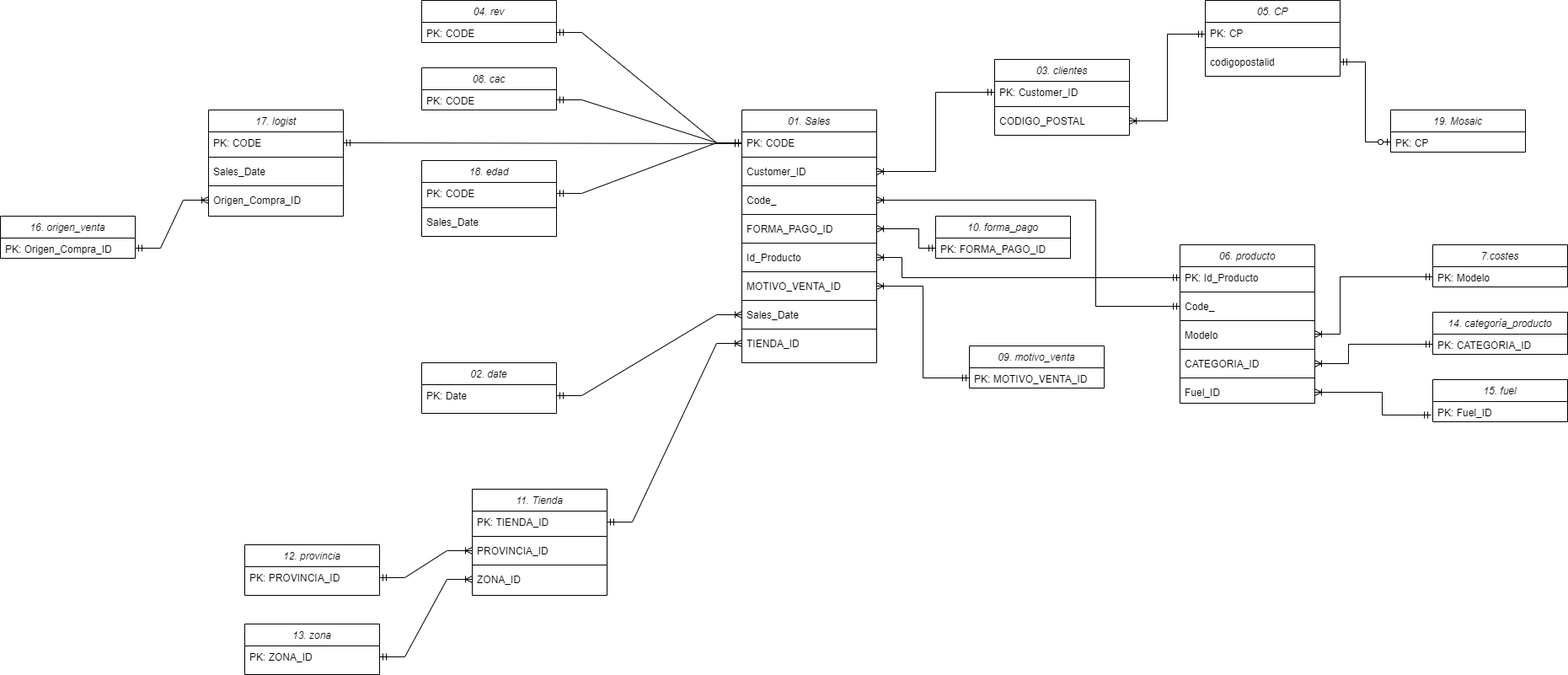
Before: docs/diagrams/ER.png, a diagram exported from draw.io (alejandromtnz/CLTV-Data-Integration). Source tidied: cells renumbered, new cells last; positions are measured from the earlier drawing's top-left corner, leaving out a move shared by most shapes.
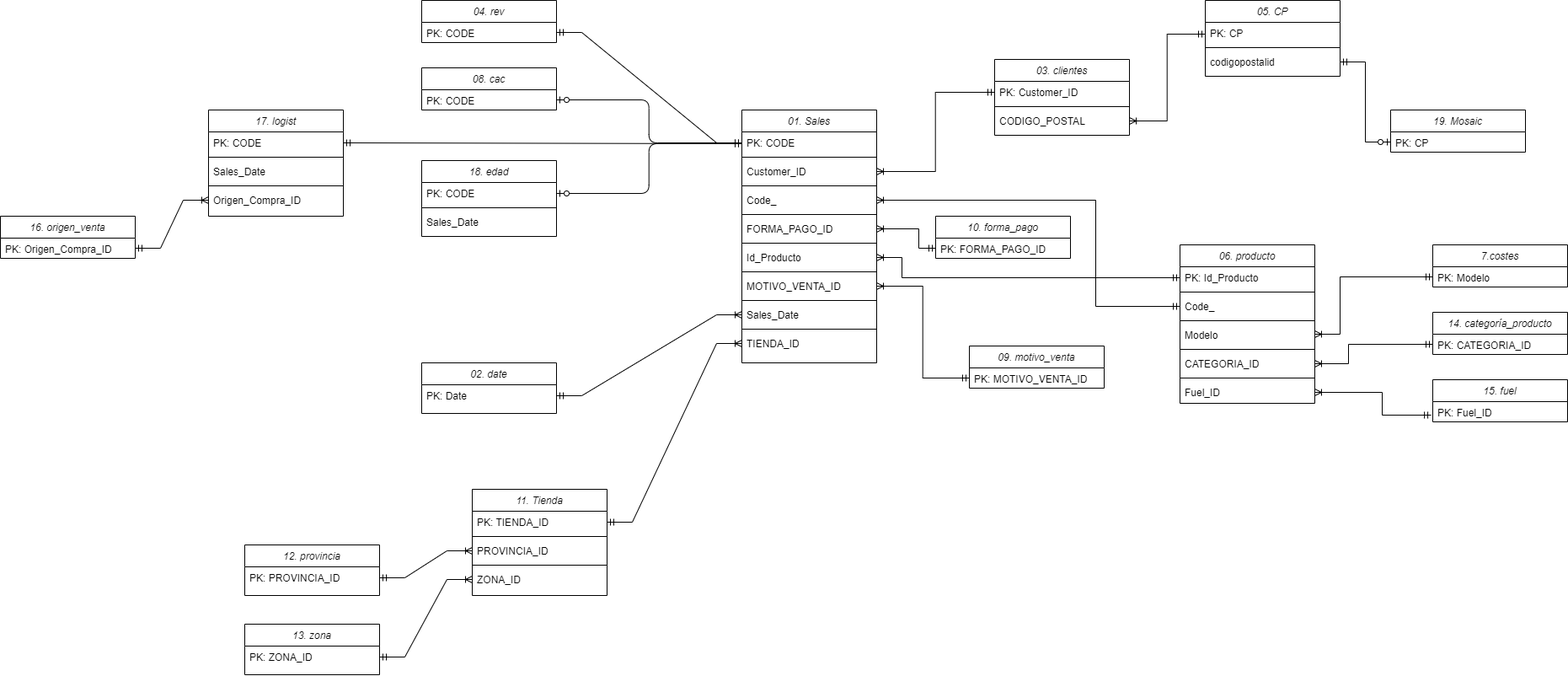
After the change.

Change to the diagram source:
```diff
@@ -2,6 +2,9 @@
   <root>
     <mxCell id="0" />
     <mxCell id="1" parent="0" />
+    <mxCell id="95" style="edgeStyle=elbowEdgeStyle;fontSize=12;html=1;endArrow=ERzeroToOne;startArrow=ERmandOne;entryX=1;entryY=0.5;entryDx=0;entryDy=0;exitX=0;exitY=0.5;exitDx=0;exitDy=0;" parent="1" edge="1" source="3" target="39">
+      <mxGeometry relative="1" as="geometry" />
+    </mxCell>
     <mxCell id="2" value="01. Sales" style="swimlane;fontStyle=2;align=center;verticalAlign=top;horizontal=1;startSize=26;rounded=0;shadow=0;strokeWidth=1;" parent="1" vertex="1">
       <mxGeometry x="880" y="130" width="160" height="300" as="geometry" />
     </mxCell>
@@ -71,9 +74,6 @@
     <mxCell id="24" value="Sales_Date" style="text;align=left;verticalAlign=top;spacingLeft=4;spacingRight=4;overflow=hidden;" parent="21" vertex="1">
       <mxGeometry y="60" width="160" height="26" as="geometry" />
     </mxCell>
-    <mxCell id="25" style="edgeStyle=entityRelationEdgeStyle;fontSize=12;html=1;endArrow=ERmandOne;startArrow=ERmandOne;rounded=0;exitX=1;exitY=0.5;exitDx=0;exitDy=0;entryX=0;entryY=0.5;entryDx=0;entryDy=0;" parent="1" edge="1" source="22" target="3">
-      <mxGeometry relative="1" as="geometry" />
-    </mxCell>
     <mxCell id="26" value="03. clientes" style="swimlane;fontStyle=2;align=center;verticalAlign=top;horizontal=1;startSize=26;rounded=0;shadow=0;strokeWidth=1;" parent="1" vertex="1">
       <mxGeometry x="1180" y="70" width="160" height="90" as="geometry" />
     </mxCell>
@@ -118,9 +118,6 @@
     <mxCell id="39" value="PK: CODE" style="text;align=left;verticalAlign=top;spacingLeft=4;spacingRight=4;overflow=hidden;points=[[0,0.5],[1,0.5]];portConstraint=eastwest;" parent="38" vertex="1">
       <mxGeometry y="26" width="160" height="24" as="geometry" />
     </mxCell>
-    <mxCell id="40" style="edgeStyle=entityRelationEdgeStyle;fontSize=12;html=1;endArrow=ERmandOne;startArrow=ERmandOne;rounded=0;exitX=1;exitY=0.5;exitDx=0;exitDy=0;entryX=0;entryY=0.5;entryDx=0;entryDy=0;" parent="1" edge="1" source="39" target="3">
-      <mxGeometry relative="1" as="geometry" />
-    </mxCell>
     <mxCell id="41" value="11. Tienda" style="swimlane;fontStyle=2;align=center;verticalAlign=top;horizontal=1;startSize=26;rounded=0;shadow=0;strokeWidth=1;" parent="1" vertex="1">
       <mxGeometry x="560" y="580" width="160" height="126" as="geometry" />
     </mxCell>
@@ -308,5 +305,10 @@
     <mxCell id="94" style="edgeStyle=entityRelationEdgeStyle;fontSize=12;html=1;endArrow=ERzeroToOne;startArrow=ERmandOne;rounded=0;entryX=0;entryY=0.5;entryDx=0;entryDy=0;exitX=1;exitY=0.5;exitDx=0;exitDy=0;" parent="1" edge="1" source="33" target="35">
       <mxGeometry relative="1" as="geometry" />
     </mxCell>
+    <mxCell id="96" style="edgeStyle=elbowEdgeStyle;fontSize=12;html=1;endArrow=ERzeroToOne;startArrow=ERmandOne;entryX=1;entryY=0.5;entryDx=0;entryDy=0;" parent="1" edge="1" target="22">
+      <mxGeometry relative="1" as="geometry">
+        <mxPoint x="880" y="170" as="sourcePoint" />
+      </mxGeometry>
+    </mxCell>
   </root>
 </mxGraphModel>
```
